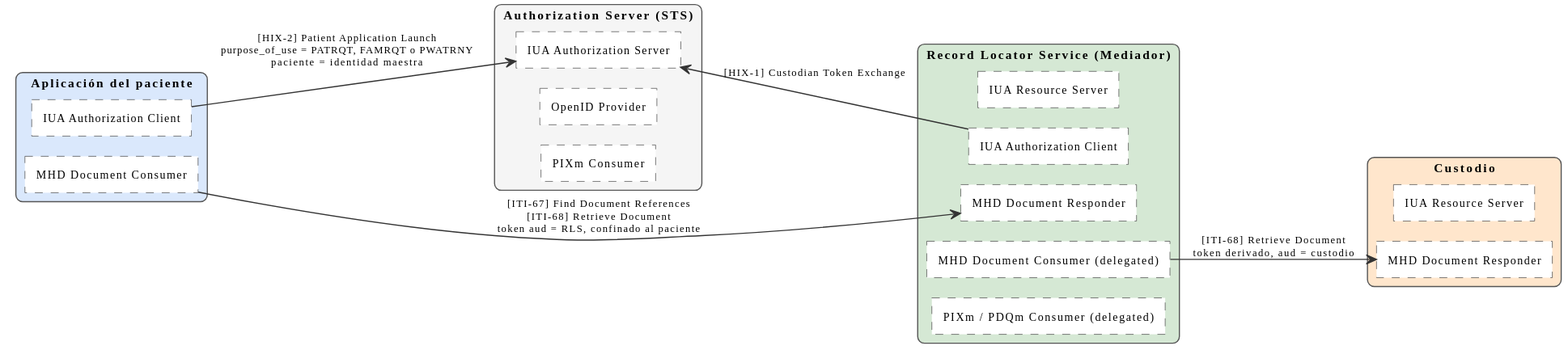
Above: input/images/hix-actores-paciente.svg in meddyg/HIX (PlantUML), before the change.
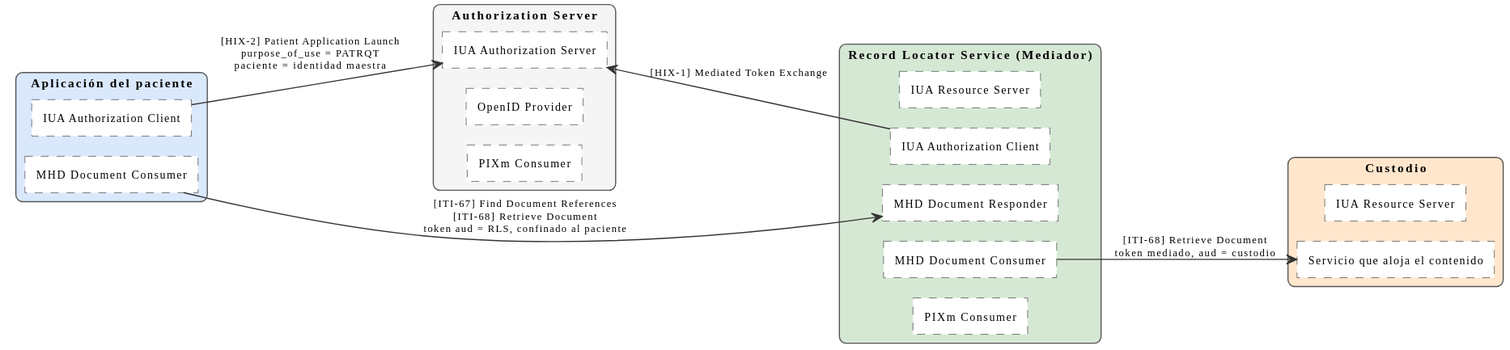
The same diagram one commit later.

The edit, as a diff of the source:
```diff
@@ -28,7 +28,7 @@
   rectangle "IUA Authorization Client" <<inner>> as APP1
   rectangle "MHD Document Consumer" <<inner>> as APP2
 }
-rectangle "Authorization Server (STS)" as STS #F5F5F5 {
+rectangle "Authorization Server" as STS #F5F5F5 {
   rectangle "IUA Authorization Server" <<inner>> as STS1
   rectangle "OpenID Provider" <<inner>> as STS2
   rectangle "PIXm Consumer" <<inner>> as STS3
@@ -37,15 +37,15 @@
   rectangle "IUA Resource Server" <<inner>> as RLS1
   rectangle "IUA Authorization Client" <<inner>> as RLS0
   rectangle "MHD Document Responder" <<inner>> as RLS2
-  rectangle "MHD Document Consumer (delegated)" <<inner>> as RLS3
-  rectangle "PIXm / PDQm Consumer (delegated)" <<inner>> as RLS4
+  rectangle "MHD Document Consumer" <<inner>> as RLS3
+  rectangle "PIXm Consumer" <<inner>> as RLS4
 }
 rectangle "Custodio" as CUST #FFE6CC {
   rectangle "IUA Resource Server" <<inner>> as CUST1
-  rectangle "MHD Document Responder" <<inner>> as CUST2
+  rectangle "Servicio que aloja el contenido" <<inner>> as CUST2
 }
-APP1 --> STS1 : [HIX-2] Patient Application Launch\npurpose_of_use = PATRQT, FAMRQT o PWATRNY\npaciente = identidad maestra
+APP1 --> STS1 : [HIX-2] Patient Application Launch\npurpose_of_use = PATRQT\npaciente = identidad maestra
 APP2 --> RLS2 : [ITI-67] Find Document References\n[ITI-68] Retrieve Document\ntoken aud = RLS, confinado al paciente
-STS1 <-- RLS0 : [HIX-1] Custodian Token Exchange
-RLS3 --> CUST2 : [ITI-68] Retrieve Document\ntoken derivado, aud = custodio
+STS1 <-- RLS0 : [HIX-1] Mediated Token Exchange
+RLS3 --> CUST2 : [ITI-68] Retrieve Document\ntoken mediado, aud = custodio
 @enduml
```
